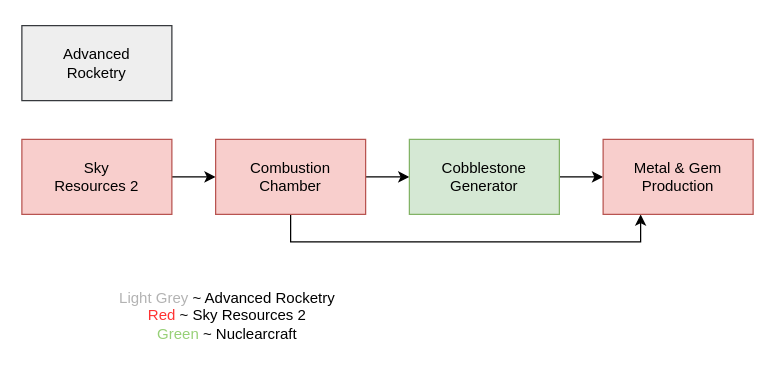
Earlier version of the draw.io diagram LiSR_Mod/Copy of LiSR.drawio (Sinmis077/LiSR_Remodified). Source tidied: cells renumbered, new cells numbered last; positions are measured from the earlier drawing's top-left corner, leaving out a move shared by most shapes. Both pictures are drawn from the tidied source at 125%, with x=0, y=0 at pixel (21, 25).
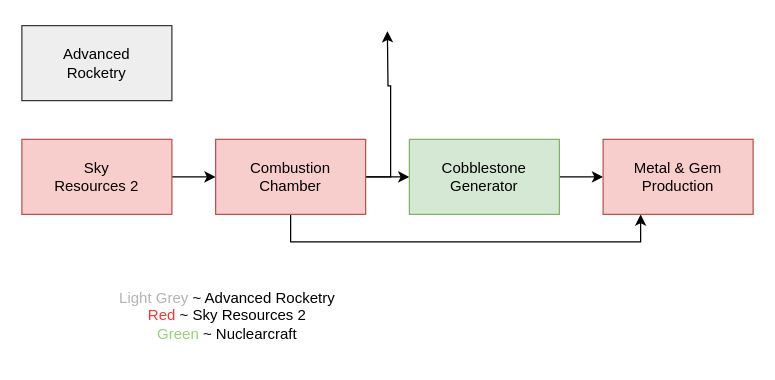
Above is the later version.

Diff of the diagram source:
```diff
@@
 <mxGraphModel>
   <root>
     <mxCell id="0" />
     <mxCell id="1" parent="0" />
     <mxCell id="2" value="Advanced&lt;br&gt;Rocketry" style="rounded=0;whiteSpace=wrap;html=1;fillColor=#eeeeee;strokeColor=#36393d;" parent="1" vertex="1">
       <mxGeometry width="120" height="60" as="geometry" />
     </mxCell>
     <mxCell id="3" style="edgeStyle=orthogonalEdgeStyle;rounded=0;jettySize=auto;html=1;" parent="1" edge="1" source="4" target="7">
       <mxGeometry relative="1" as="geometry" />
     </mxCell>
     <mxCell id="4" value="Sky&lt;br&gt;Resources 2" style="rounded=0;whiteSpace=wrap;html=1;fillColor=#f8cecc;strokeColor=#b85450;" parent="1" vertex="1">
       <mxGeometry y="91" width="120" height="60" as="geometry" />
     </mxCell>
     <mxCell id="5" style="edgeStyle=orthogonalEdgeStyle;rounded=0;jettySize=auto;html=1;" parent="1" edge="1" source="7" target="9">
       <mxGeometry relative="1" as="geometry" />
     </mxCell>
     <mxCell id="6" style="edgeStyle=orthogonalEdgeStyle;rounded=0;jettySize=auto;html=1;fontColor=#97D077;entryX=0.25;entryY=1;entryDx=0;entryDy=0;" parent="1" edge="1" source="7" target="11">
       <mxGeometry relative="1" as="geometry">
         <Array as="points">
           <mxPoint x="215" y="173" />
           <mxPoint x="495" y="173" />
         </Array>
       </mxGeometry>
     </mxCell>
+    <mxCell id="12" style="edgeStyle=orthogonalEdgeStyle;rounded=0;jettySize=auto;html=1;" parent="1" edge="1" source="7">
+      <mxGeometry relative="1" as="geometry">
+        <mxPoint x="292.4" y="4.4" as="targetPoint" />
+      </mxGeometry>
+    </mxCell>
     <mxCell id="7" value="Combustion&lt;br&gt;Chamber" style="rounded=0;whiteSpace=wrap;html=1;fillColor=#f8cecc;strokeColor=#b85450;" parent="1" vertex="1">
       <mxGeometry x="155" y="91" width="120" height="60" as="geometry" />
     </mxCell>
     <mxCell id="8" style="edgeStyle=orthogonalEdgeStyle;rounded=0;jettySize=auto;html=1;fontColor=#97D077;" parent="1" edge="1" source="9" target="11">
       <mxGeometry relative="1" as="geometry" />
     </mxCell>
     <mxCell id="9" value="Cobblestone&lt;br&gt;Generator" style="rounded=0;whiteSpace=wrap;html=1;fillColor=#d5e8d4;strokeColor=#82b366;" parent="1" vertex="1">
       <mxGeometry x="310" y="91" width="120" height="60" as="geometry" />
     </mxCell>
     <mxCell id="10" value="&lt;font color=&quot;#b3b3b3&quot;&gt;Light Grey&lt;/font&gt; ~ Advanced Rocketry&lt;br&gt;&lt;font color=&quot;#ff3333&quot;&gt;Red&lt;/font&gt; ~ Sky Resources 2&lt;br&gt;&lt;font color=&quot;#97d077&quot;&gt;Green &lt;/font&gt;~ Nuclearcraft" style="text;html=1;strokeColor=none;fillColor=none;align=center;verticalAlign=middle;whiteSpace=wrap;rounded=0;" parent="1" vertex="1">
       <mxGeometry x="3" y="198" width="323" height="68" as="geometry" />
     </mxCell>
     <mxCell id="11" value="Metal &amp;amp; Gem&lt;br&gt;Production" style="rounded=0;whiteSpace=wrap;html=1;fillColor=#f8cecc;strokeColor=#b85450;" parent="1" vertex="1">
       <mxGeometry x="465" y="91" width="120" height="60" as="geometry" />
     </mxCell>
   </root>
 </mxGraphModel>
```
